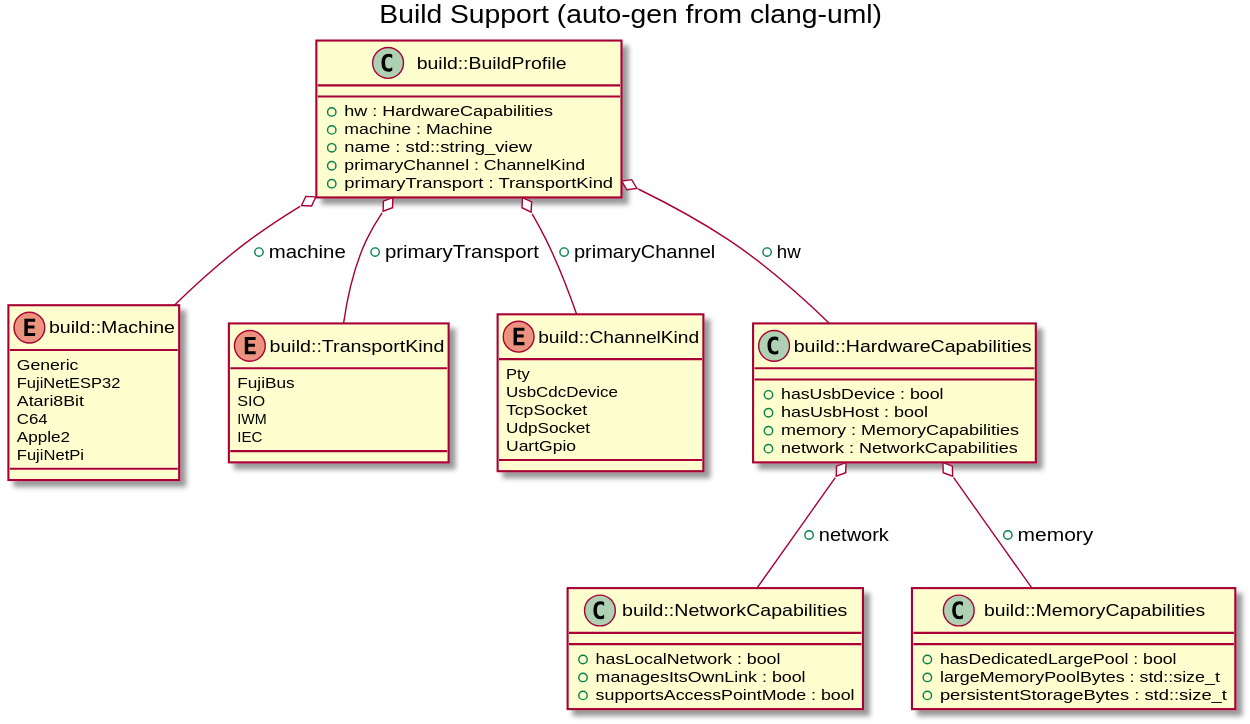
Above: docs/images/gen_build_support.svg in jeffpiep/fujinet-nio (PlantUML), before the change.
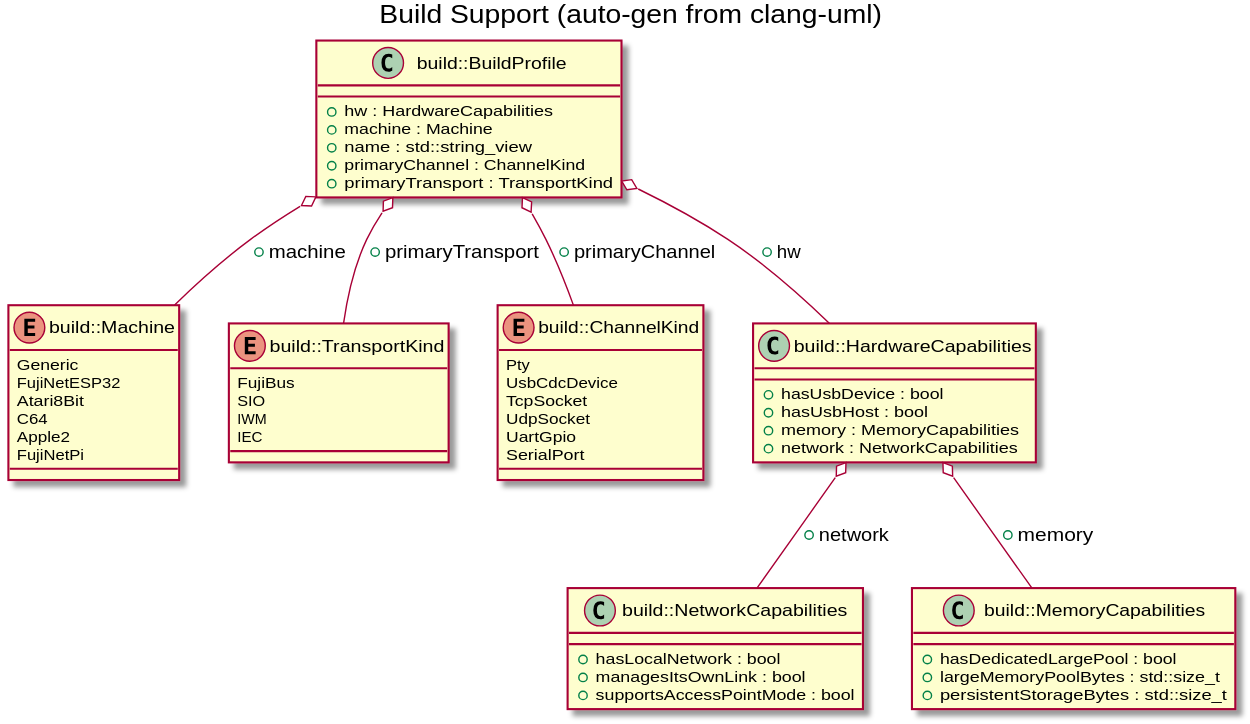
After the change.

The edit, as a diff of the source:
```diff
@@ -23,6 +23,7 @@
 TcpSocket
 UdpSocket
 UartGpio
+SerialPort
 }
 class "build::NetworkCapabilities" as C_0008019720847980173585
 class C_0008019720847980173585 {
```
